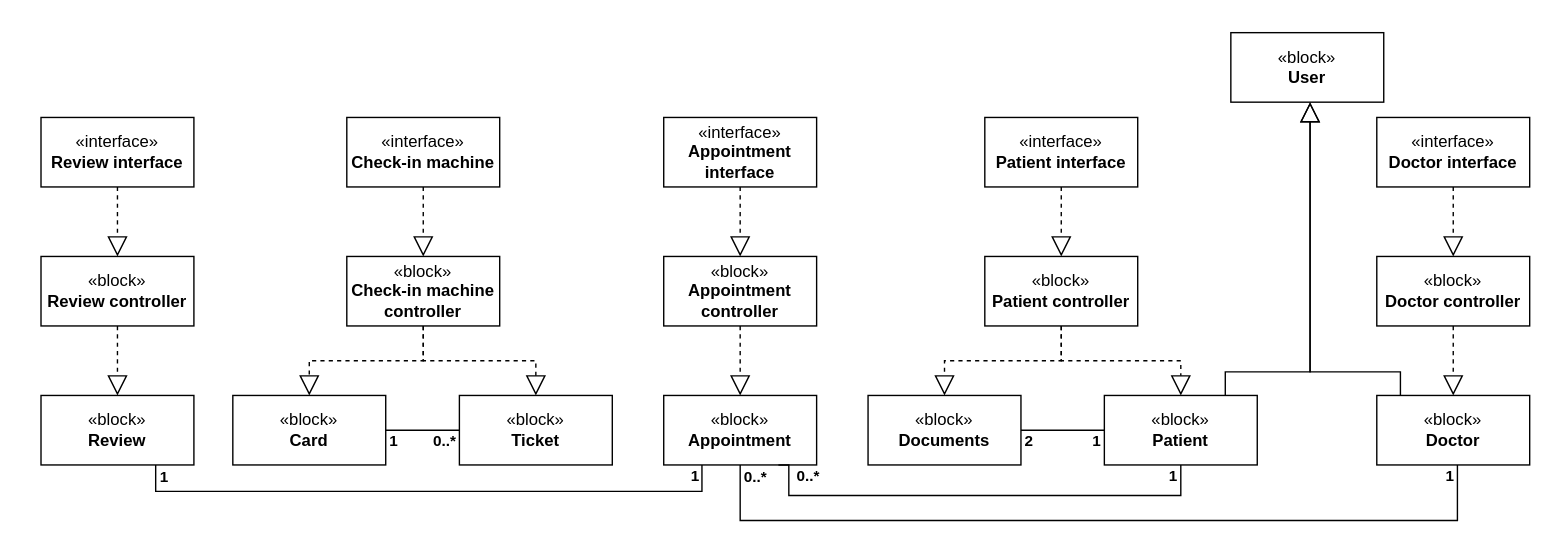
Before: Diagrams/Logical View/Logical View.drawio in RafaelCMira/myclinic-msp-project, a draw.io diagram. Source tidied: cells renumbered, new cells numbered last; positions are measured from the earlier drawing's top-left corner, leaving out a move shared by most shapes. Both pictures are drawn from the tidied source at 139%, with x=0, y=0 at pixel (40, 32).
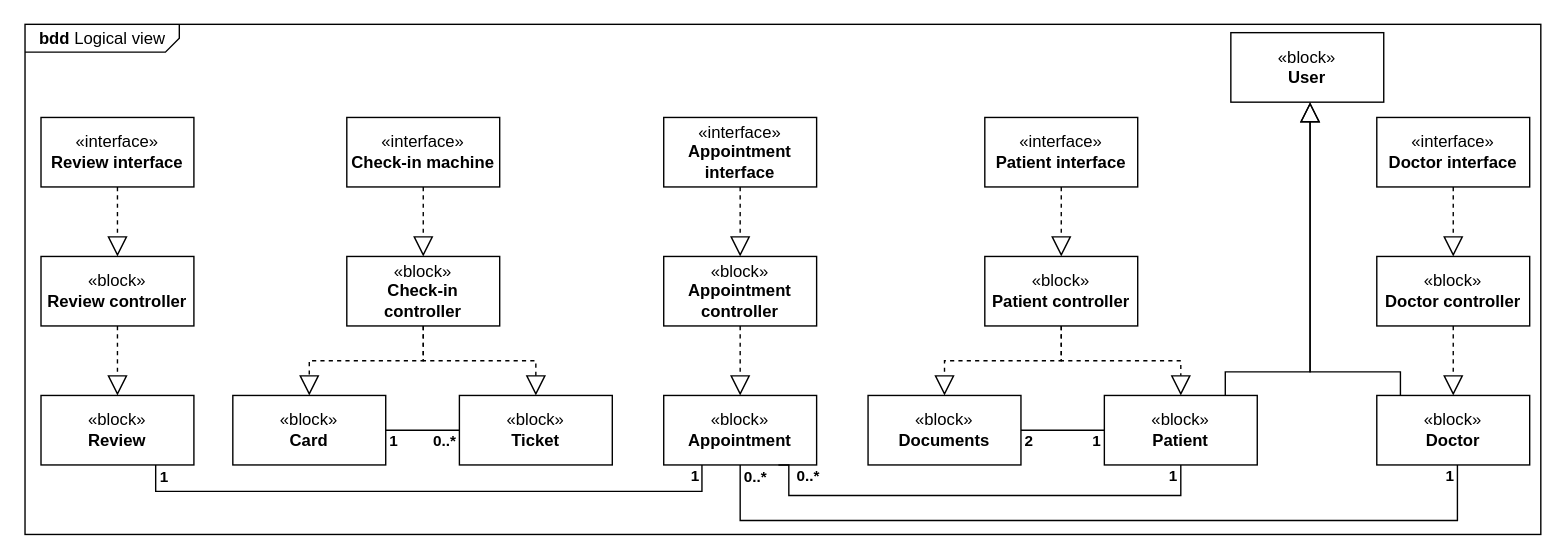
Above is the later version.

What changed in the source:
```diff
@@
+    <mxCell id="49" value="&lt;p style=&quot;margin:0px;margin-top:4px;margin-left:10px;text-align:left;&quot;&gt;&lt;b&gt;bdd&lt;/b&gt;&amp;nbsp;Logical view&lt;/p&gt;" style="html=1;shape=mxgraph.sysml.package;labelX=111.1;align=left;spacingLeft=10;html=1;overflow=fill;whiteSpace=wrap;" parent="1" vertex="1">
+      <mxGeometry x="-11.5" y="-6" width="1090.5" height="367" as="geometry" />
+    </mxCell>
@@
-    <mxCell id="20" value="«block»&lt;br&gt;&lt;b&gt;Check-in machine controller&lt;/b&gt;" style="html=1;whiteSpace=wrap;" parent="1" vertex="1">
+    <mxCell id="20" value="«block»&lt;br&gt;&lt;b&gt;Check-in controller&lt;/b&gt;" style="html=1;whiteSpace=wrap;" parent="1" vertex="1">
       <mxGeometry x="220" y="161" width="110" height="50" as="geometry" />
     </mxCell>
```
